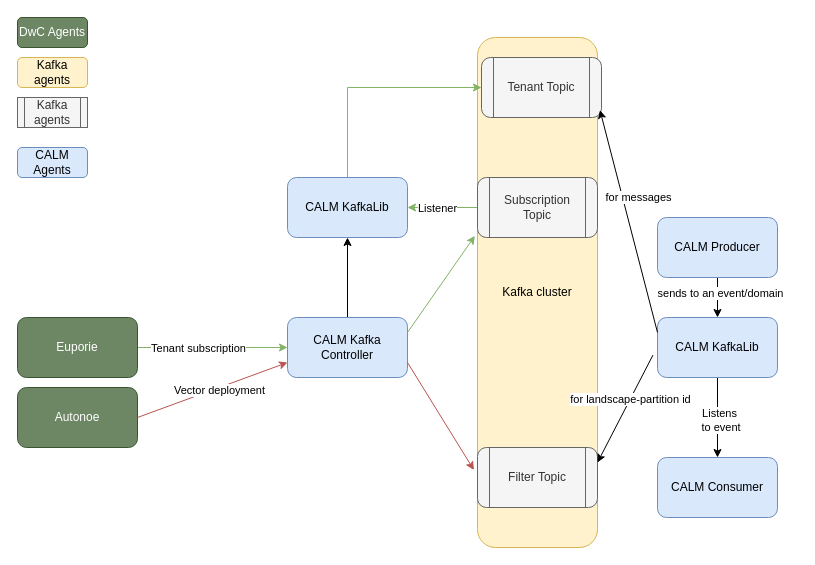
The draw.io diagram page "Page-1" (1 of 2) of Untitled Diagram.drawio in avinash610jha/drawings, before the edit. Source tidied: cells renumbered, new cells numbered last; positions are measured from the earlier drawing's top-left corner, leaving out a move shared by most shapes. Both pictures are drawn from the tidied source at 100%, with x=0, y=0 at pixel (17, 17).
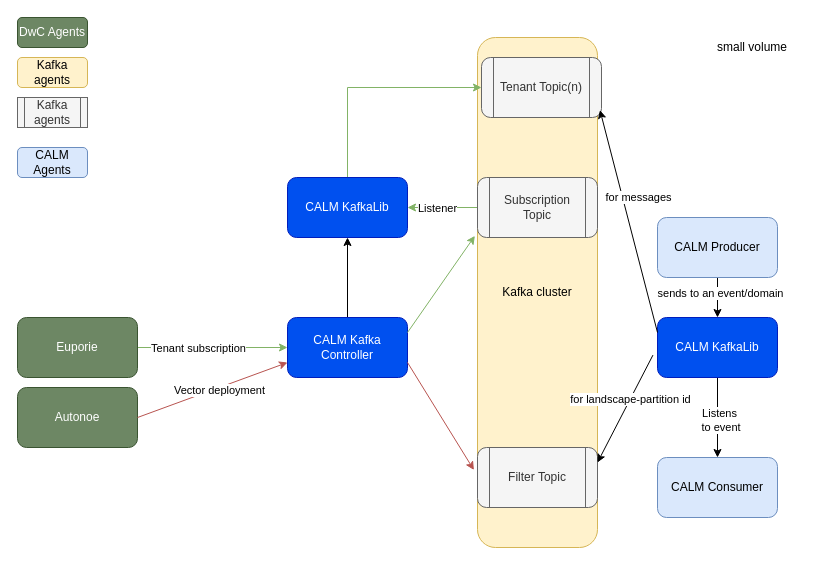
The same diagram, later.

The edit, as a diff of the source:
```diff
@@
-    <mxCell id="4" value="CALM Kafka Controller" style="rounded=1;whiteSpace=wrap;html=1;fillColor=#dae8fc;strokeColor=#6c8ebf;" parent="1" vertex="1">
+    <mxCell id="4" value="CALM Kafka Controller" style="rounded=1;whiteSpace=wrap;html=1;fillColor=#0050ef;strokeColor=#001DBC;fontColor=#ffffff;" parent="1" vertex="1">
       <mxGeometry x="270" y="300" width="120" height="60" as="geometry" />
     </mxCell>
@@
-    <mxCell id="10" value="CALM KafkaLib" style="whiteSpace=wrap;html=1;rounded=1;fillColor=#dae8fc;strokeColor=#6c8ebf;" parent="1" vertex="1">
+    <mxCell id="10" value="CALM KafkaLib" style="whiteSpace=wrap;html=1;rounded=1;fillColor=#0050ef;strokeColor=#001DBC;fontColor=#ffffff;" parent="1" vertex="1">
       <mxGeometry x="270" y="160" width="120" height="60" as="geometry" />
     </mxCell>
-    <mxCell id="11" value="Tenant Topic" style="shape=process;whiteSpace=wrap;html=1;backgroundOutline=1;rounded=1;fillColor=#f5f5f5;strokeColor=#666666;fontColor=#333333;" parent="1" vertex="1">
+    <mxCell id="11" value="Tenant Topic(n)" style="shape=process;whiteSpace=wrap;html=1;backgroundOutline=1;rounded=1;fillColor=#f5f5f5;strokeColor=#666666;fontColor=#333333;" parent="1" vertex="1">
       <mxGeometry x="464" y="40" width="120" height="60" as="geometry" />
     </mxCell>
@@
-    <mxCell id="20" value="CALM KafkaLib" style="whiteSpace=wrap;html=1;rounded=1;fillColor=#dae8fc;strokeColor=#6c8ebf;" parent="1" vertex="1">
+    <mxCell id="20" value="CALM KafkaLib" style="whiteSpace=wrap;html=1;rounded=1;fillColor=#0050ef;strokeColor=#001DBC;fontColor=#ffffff;" parent="1" vertex="1">
       <mxGeometry x="640" y="300" width="120" height="60" as="geometry" />
     </mxCell>
@@
+    <mxCell id="35" value="small volume" style="text;html=1;strokeColor=none;fillColor=none;align=center;verticalAlign=middle;whiteSpace=wrap;rounded=0;" parent="1" vertex="1">
+      <mxGeometry x="690" y="20" width="90" height="20" as="geometry" />
+    </mxCell>
```
